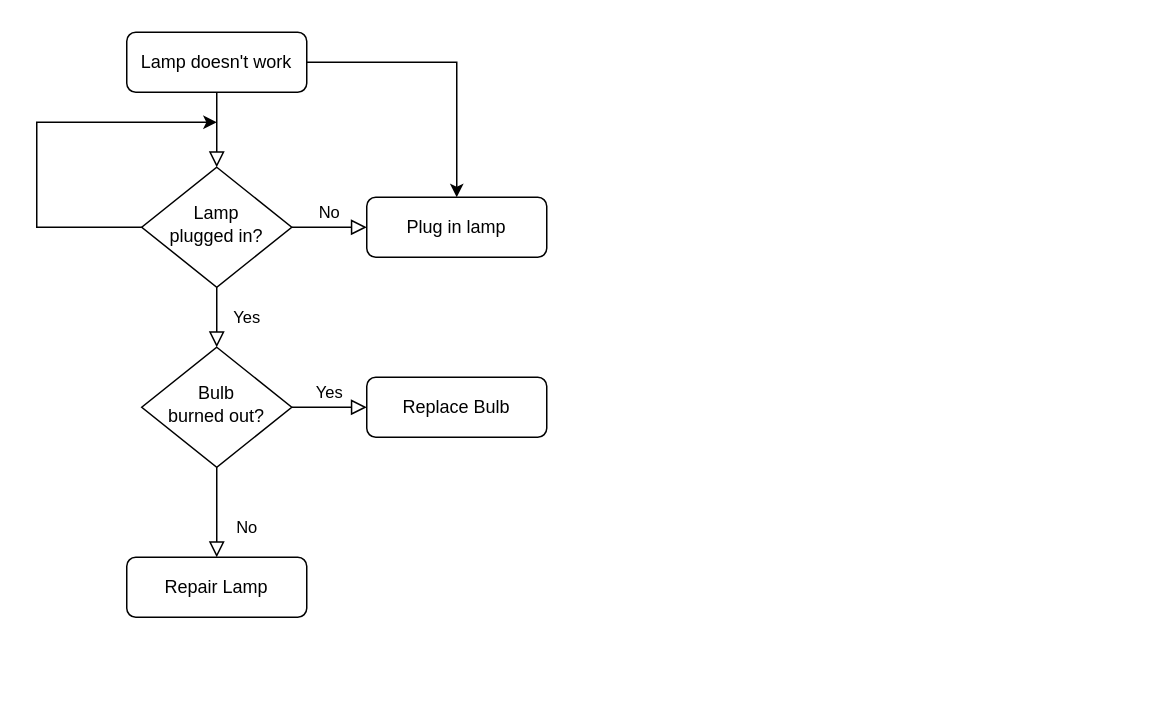
The draw.io diagram Untitled Diagram.drawio in a8545855/hello-world, before the edit. Source tidied: cells renumbered, new cells numbered last; positions are measured from the earlier drawing's top-left corner, leaving out a move shared by most shapes. Both pictures are drawn from the tidied source at 150%, with x=0, y=0 at pixel (36, 32).
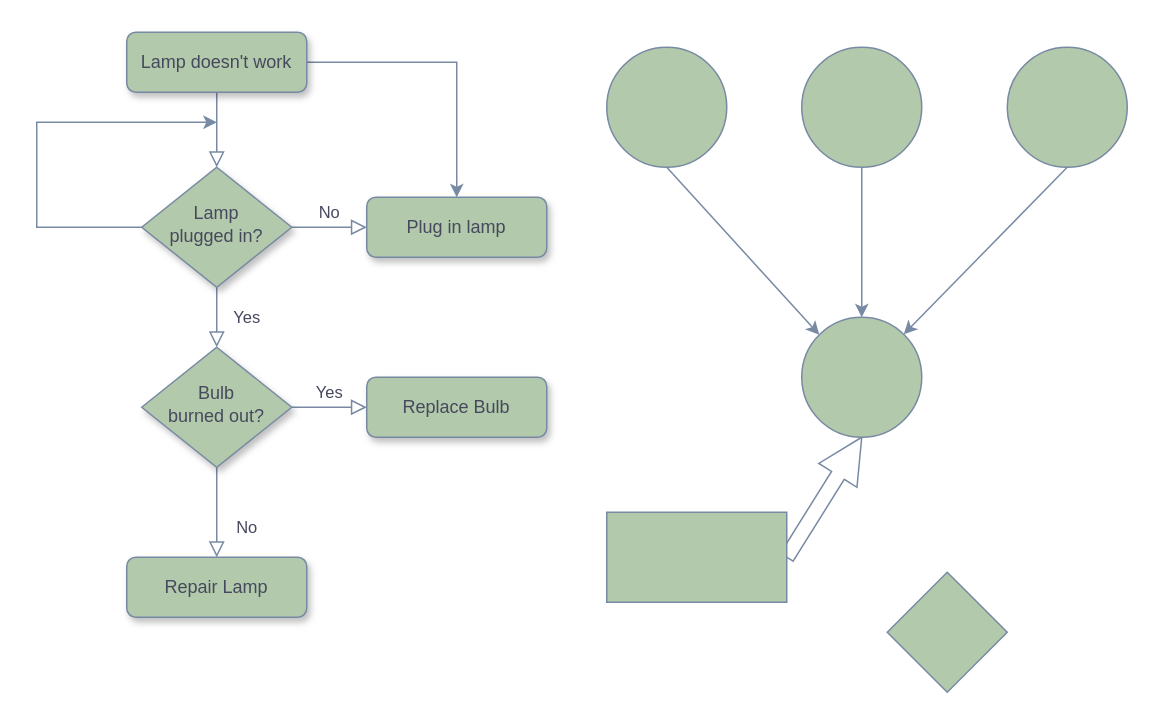
After the change.

Change to the diagram source:
```diff
@@
+    <mxCell id="15" style="edgeStyle=none;shape=arrow;rounded=0;jettySize=auto;html=1;exitX=1;exitY=0.5;exitDx=0;exitDy=0;entryX=0.5;entryY=1;entryDx=0;entryDy=0;strokeColor=#788AA3;fontColor=#46495D;" parent="1" edge="1" source="24" target="23">
+      <mxGeometry relative="1" as="geometry" />
+    </mxCell>
-    <mxCell id="2" style="rounded=0;html=1;jettySize=auto;fontSize=11;endArrow=block;endFill=0;endSize=8;strokeWidth=1;shadow=0;labelBackgroundColor=none;edgeStyle=orthogonalEdgeStyle;" parent="1" edge="1" source="4" target="8">
+    <mxCell id="2" style="rounded=0;html=1;jettySize=auto;fontSize=11;endArrow=block;endFill=0;endSize=8;strokeWidth=1;shadow=0;labelBackgroundColor=none;edgeStyle=orthogonalEdgeStyle;strokeColor=#788AA3;fontColor=#46495D;" parent="1" edge="1" source="4" target="8">
       <mxGeometry relative="1" as="geometry" />
     </mxCell>
+    <mxCell id="16" style="rounded=0;jettySize=auto;html=1;exitX=0.5;exitY=1;exitDx=0;exitDy=0;entryX=0;entryY=0;entryDx=0;entryDy=0;strokeColor=#788AA3;fontColor=#46495D;" parent="1" edge="1" source="17" target="23">
+      <mxGeometry relative="1" as="geometry" />
+    </mxCell>
-    <mxCell id="3" style="edgeStyle=orthogonalEdgeStyle;rounded=0;jettySize=auto;html=1;exitX=1;exitY=0.5;exitDx=0;exitDy=0;" parent="1" edge="1" source="4" target="9">
+    <mxCell id="3" style="edgeStyle=orthogonalEdgeStyle;rounded=0;jettySize=auto;html=1;exitX=1;exitY=0.5;exitDx=0;exitDy=0;strokeColor=#788AA3;fontColor=#46495D;" parent="1" edge="1" source="4" target="9">
       <mxGeometry relative="1" as="geometry" />
     </mxCell>
-    <mxCell id="4" value="Lamp doesn't work" style="rounded=1;whiteSpace=wrap;html=1;fontSize=12;glass=0;strokeWidth=1;shadow=0;" parent="1" vertex="1">
+    <mxCell id="4" value="Lamp doesn't work" style="rounded=1;whiteSpace=wrap;html=1;fontSize=12;glass=0;strokeWidth=1;shadow=1;fillColor=#B2C9AB;strokeColor=#788AA3;fontColor=#46495D;" parent="1" vertex="1">
       <mxGeometry x="60" width="120" height="40" as="geometry" />
     </mxCell>
-    <mxCell id="5" value="Yes" style="rounded=0;html=1;jettySize=auto;fontSize=11;endArrow=block;endFill=0;endSize=8;strokeWidth=1;shadow=0;labelBackgroundColor=none;edgeStyle=orthogonalEdgeStyle;" parent="1" edge="1" source="8" target="12">
+    <mxCell id="5" value="Yes" style="rounded=0;html=1;jettySize=auto;fontSize=11;endArrow=block;endFill=0;endSize=8;strokeWidth=1;shadow=0;labelBackgroundColor=none;edgeStyle=orthogonalEdgeStyle;strokeColor=#788AA3;fontColor=#46495D;" parent="1" edge="1" source="8" target="12">
       <mxGeometry y="20" relative="1" as="geometry" />
     </mxCell>
-    <mxCell id="6" value="No" style="edgeStyle=orthogonalEdgeStyle;rounded=0;html=1;jettySize=auto;fontSize=11;endArrow=block;endFill=0;endSize=8;strokeWidth=1;shadow=0;labelBackgroundColor=none;" parent="1" edge="1" source="8" target="9">
+    <mxCell id="6" value="No" style="edgeStyle=orthogonalEdgeStyle;rounded=0;html=1;jettySize=auto;fontSize=11;endArrow=block;endFill=0;endSize=8;strokeWidth=1;shadow=0;labelBackgroundColor=none;strokeColor=#788AA3;fontColor=#46495D;" parent="1" edge="1" source="8" target="9">
       <mxGeometry y="10" relative="1" as="geometry" />
     </mxCell>
-    <mxCell id="7" style="edgeStyle=orthogonalEdgeStyle;rounded=0;jettySize=auto;html=1;exitX=0;exitY=0.5;exitDx=0;exitDy=0;" parent="1" edge="1" source="8">
+    <mxCell id="7" style="edgeStyle=orthogonalEdgeStyle;rounded=0;jettySize=auto;html=1;exitX=0;exitY=0.5;exitDx=0;exitDy=0;strokeColor=#788AA3;fontColor=#46495D;" parent="1" edge="1" source="8">
       <mxGeometry relative="1" as="geometry">
         <mxPoint x="120" y="60" as="targetPoint" />
         <Array as="points">
           <mxPoint y="130" />
           <mxPoint y="60" />
         </Array>
       </mxGeometry>
     </mxCell>
-    <mxCell id="8" value="Lamp&lt;br&gt;plugged in?" style="rhombus;whiteSpace=wrap;html=1;shadow=0;fontFamily=Helvetica;fontSize=12;align=center;strokeWidth=1;spacing=6;spacingTop=-4;" parent="1" vertex="1">
+    <mxCell id="8" value="Lamp&lt;br&gt;plugged in?" style="rhombus;whiteSpace=wrap;html=1;shadow=1;fontFamily=Helvetica;fontSize=12;align=center;strokeWidth=1;spacing=6;spacingTop=-4;fillColor=#B2C9AB;strokeColor=#788AA3;fontColor=#46495D;" parent="1" vertex="1">
       <mxGeometry x="70" y="90" width="100" height="80" as="geometry" />
     </mxCell>
-    <mxCell id="9" value="Plug in lamp" style="rounded=1;whiteSpace=wrap;html=1;fontSize=12;glass=0;strokeWidth=1;shadow=0;" parent="1" vertex="1">
+    <mxCell id="9" value="Plug in lamp" style="rounded=1;whiteSpace=wrap;html=1;fontSize=12;glass=0;strokeWidth=1;shadow=1;fillColor=#B2C9AB;strokeColor=#788AA3;fontColor=#46495D;" parent="1" vertex="1">
       <mxGeometry x="220" y="110" width="120" height="40" as="geometry" />
     </mxCell>
-    <mxCell id="10" value="No" style="rounded=0;html=1;jettySize=auto;fontSize=11;endArrow=block;endFill=0;endSize=8;strokeWidth=1;shadow=0;labelBackgroundColor=none;edgeStyle=orthogonalEdgeStyle;" parent="1" edge="1" source="12" target="13">
+    <mxCell id="10" value="No" style="rounded=0;html=1;jettySize=auto;fontSize=11;endArrow=block;endFill=0;endSize=8;strokeWidth=1;shadow=0;labelBackgroundColor=none;edgeStyle=orthogonalEdgeStyle;strokeColor=#788AA3;fontColor=#46495D;" parent="1" edge="1" source="12" target="13">
       <mxGeometry x="0.33" y="20" relative="1" as="geometry" />
     </mxCell>
-    <mxCell id="11" value="Yes" style="edgeStyle=orthogonalEdgeStyle;rounded=0;html=1;jettySize=auto;fontSize=11;endArrow=block;endFill=0;endSize=8;strokeWidth=1;shadow=0;labelBackgroundColor=none;" parent="1" edge="1" source="12" target="14">
+    <mxCell id="11" value="Yes" style="edgeStyle=orthogonalEdgeStyle;rounded=0;html=1;jettySize=auto;fontSize=11;endArrow=block;endFill=0;endSize=8;strokeWidth=1;shadow=0;labelBackgroundColor=none;strokeColor=#788AA3;fontColor=#46495D;" parent="1" edge="1" source="12" target="14">
       <mxGeometry y="10" relative="1" as="geometry" />
     </mxCell>
-    <mxCell id="12" value="Bulb&lt;br&gt;burned out?" style="rhombus;whiteSpace=wrap;html=1;shadow=0;fontFamily=Helvetica;fontSize=12;align=center;strokeWidth=1;spacing=6;spacingTop=-4;" parent="1" vertex="1">
+    <mxCell id="12" value="Bulb&lt;br&gt;burned out?" style="rhombus;whiteSpace=wrap;html=1;shadow=1;fontFamily=Helvetica;fontSize=12;align=center;strokeWidth=1;spacing=6;spacingTop=-4;fillColor=#B2C9AB;strokeColor=#788AA3;fontColor=#46495D;" parent="1" vertex="1">
       <mxGeometry x="70" y="210" width="100" height="80" as="geometry" />
     </mxCell>
-    <mxCell id="13" value="Repair Lamp" style="rounded=1;whiteSpace=wrap;html=1;fontSize=12;glass=0;strokeWidth=1;shadow=0;" parent="1" vertex="1">
+    <mxCell id="13" value="Repair Lamp" style="rounded=1;whiteSpace=wrap;html=1;fontSize=12;glass=0;strokeWidth=1;shadow=1;fillColor=#B2C9AB;strokeColor=#788AA3;fontColor=#46495D;" parent="1" vertex="1">
       <mxGeometry x="60" y="350" width="120" height="40" as="geometry" />
     </mxCell>
-    <mxCell id="14" value="Replace Bulb" style="rounded=1;whiteSpace=wrap;html=1;fontSize=12;glass=0;strokeWidth=1;shadow=0;" parent="1" vertex="1">
+    <mxCell id="14" value="Replace Bulb" style="rounded=1;whiteSpace=wrap;html=1;fontSize=12;glass=0;strokeWidth=1;shadow=1;fillColor=#B2C9AB;strokeColor=#788AA3;fontColor=#46495D;" parent="1" vertex="1">
       <mxGeometry x="220" y="230" width="120" height="40" as="geometry" />
     </mxCell>
+    <mxCell id="17" style="ellipse;whiteSpace=wrap;html=1;fillColor=#B2C9AB;strokeColor=#788AA3;fontColor=#46495D;" parent="1" vertex="1">
+      <mxGeometry x="380" y="10" width="80" height="80" as="geometry" />
+    </mxCell>
+    <mxCell id="18" style="rhombus;whiteSpace=wrap;html=1;fillColor=#B2C9AB;strokeColor=#788AA3;fontColor=#46495D;" parent="1" vertex="1">
+      <mxGeometry x="567" y="360" width="80" height="80" as="geometry" />
+    </mxCell>
+    <mxCell id="19" style="edgeStyle=orthogonalEdgeStyle;rounded=0;jettySize=auto;html=1;exitX=0.5;exitY=1;exitDx=0;exitDy=0;strokeColor=#788AA3;fontColor=#46495D;" parent="1" edge="1" source="20" target="23">
+      <mxGeometry relative="1" as="geometry" />
+    </mxCell>
+    <mxCell id="20" style="ellipse;whiteSpace=wrap;html=1;fillColor=#B2C9AB;strokeColor=#788AA3;fontColor=#46495D;" parent="1" vertex="1">
+      <mxGeometry x="510" y="10" width="80" height="80" as="geometry" />
+    </mxCell>
+    <mxCell id="21" style="edgeStyle=none;rounded=0;jettySize=auto;html=1;exitX=0.5;exitY=1;exitDx=0;exitDy=0;strokeColor=#788AA3;fontColor=#46495D;" parent="1" edge="1" source="22" target="23">
+      <mxGeometry relative="1" as="geometry" />
+    </mxCell>
+    <mxCell id="22" style="ellipse;whiteSpace=wrap;html=1;fillColor=#B2C9AB;strokeColor=#788AA3;fontColor=#46495D;" parent="1" vertex="1">
+      <mxGeometry x="647" y="10" width="80" height="80" as="geometry" />
+    </mxCell>
+    <mxCell id="23" style="ellipse;whiteSpace=wrap;html=1;fillColor=#B2C9AB;strokeColor=#788AA3;fontColor=#46495D;" parent="1" vertex="1">
+      <mxGeometry x="510" y="190" width="80" height="80" as="geometry" />
+    </mxCell>
+    <mxCell id="24" style="whiteSpace=wrap;html=1;fillColor=#B2C9AB;strokeColor=#788AA3;fontColor=#46495D;" parent="1" vertex="1">
+      <mxGeometry x="380" y="320" width="120" height="60" as="geometry" />
+    </mxCell>
```
